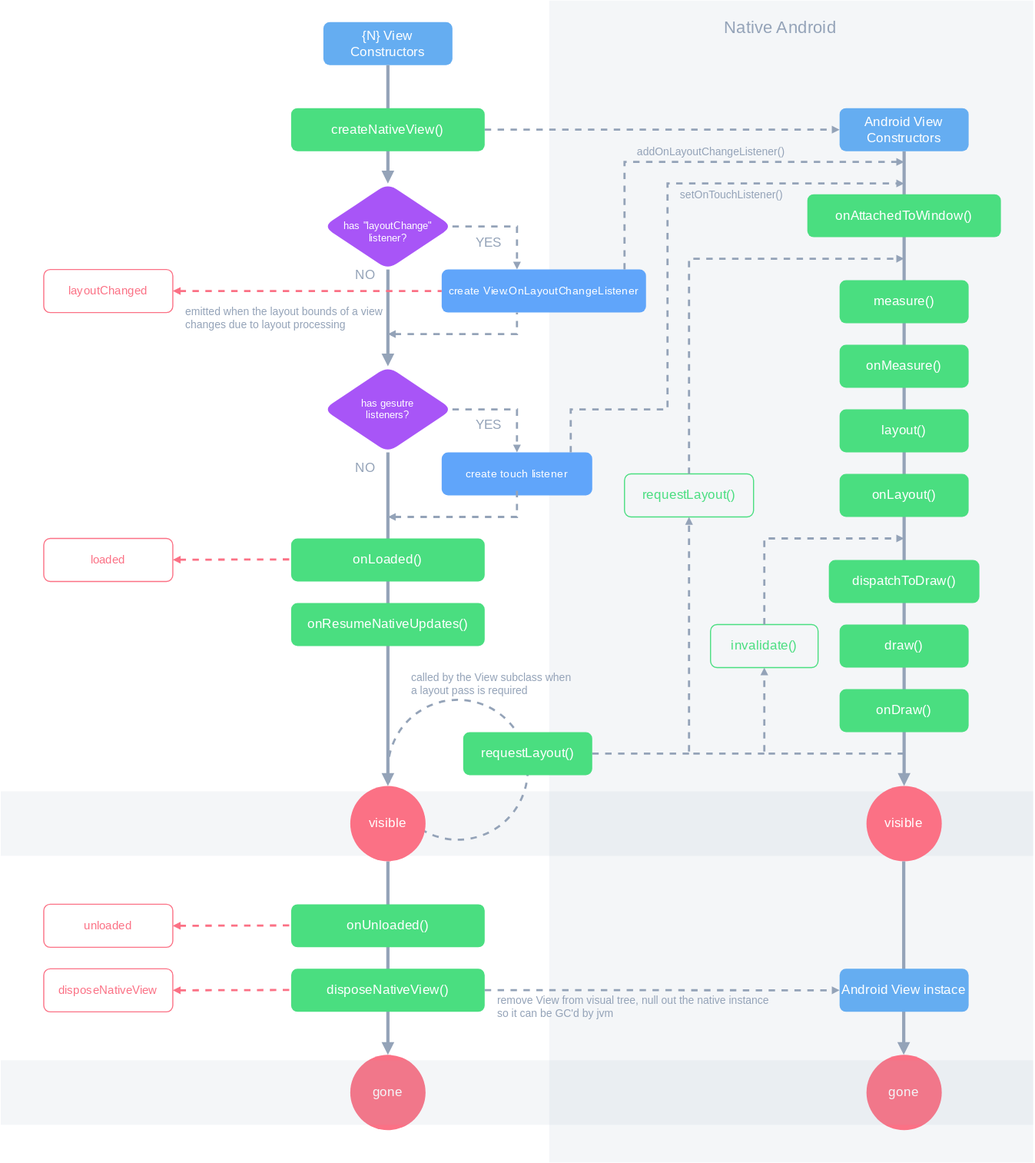
NativeScript/docs keeps this draw.io diagram as content/assets/diagrams/Android_View_Lifecycle.drawio.svg. Above is the earlier version. Source tidied: cells renumbered, new cells last; positions are measured from the earlier drawing's top-left corner, leaving out a move shared by most shapes.
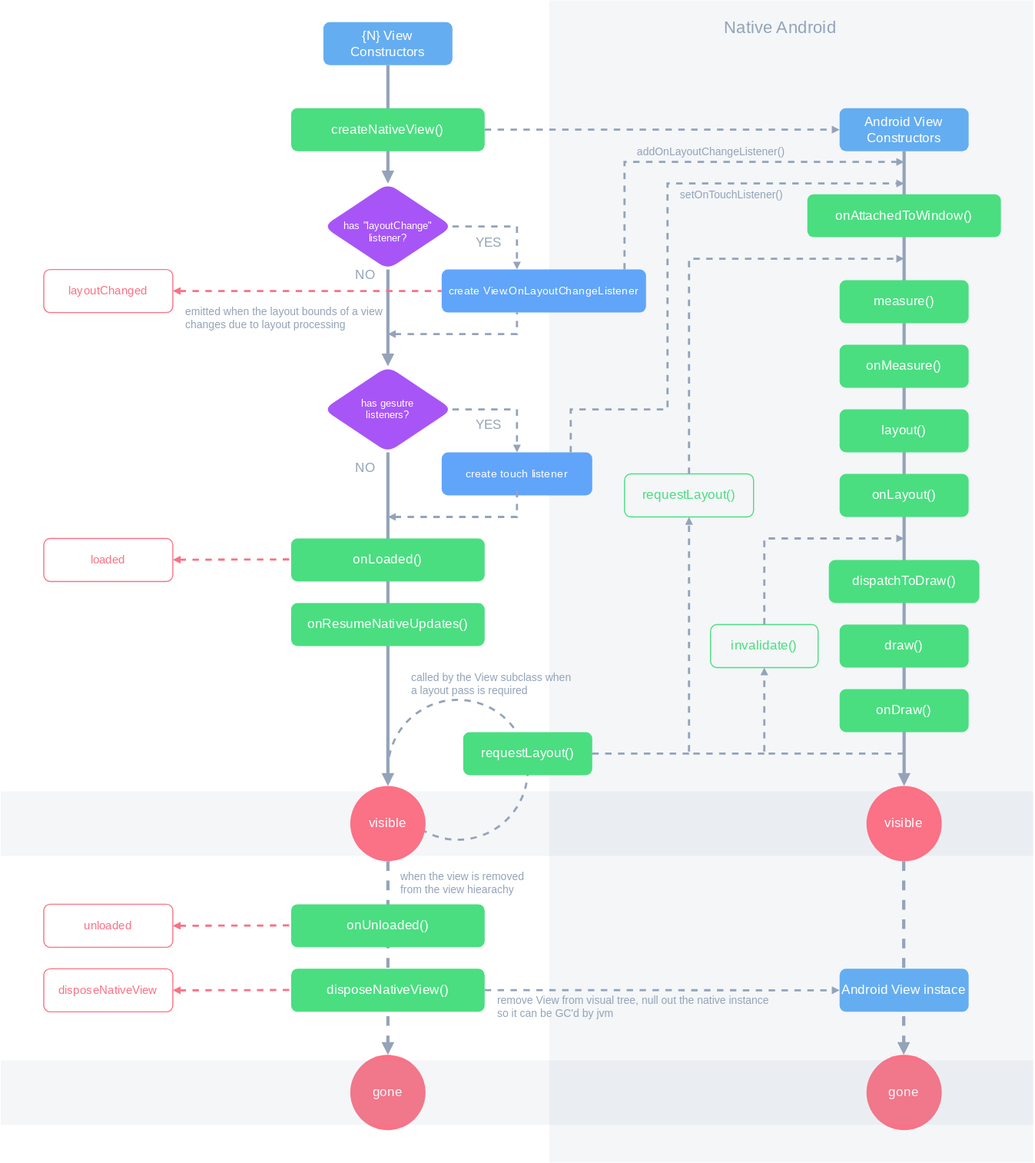
Later version of the same file.

Commit message:
chore: update lifecycle diagram labels/arrows

Diff of the diagram source:
```diff
@@ -86,7 +86,7 @@
     <mxCell id="22" style="rounded=0;jettySize=auto;html=1;dashed=1;strokeWidth=2;endSize=2;startSize=2;jumpSize=6;strokeColor=#94a3b8;fontFamily=Roboto Mono;fontSource=https%3A%2F%2Ffonts.googleapis.com%2Fcss%3Ffamily%3DRoboto%2BMono;endArrow=block;endFill=1;entryX=0;entryY=0.5;entryDx=0;entryDy=0;exitX=1;exitY=0.5;exitDx=0;exitDy=0;" parent="1" edge="1" source="67" target="5">
       <mxGeometry relative="1" as="geometry" />
     </mxCell>
-    <mxCell id="23" style="rounded=0;jettySize=auto;html=1;strokeWidth=3;endSize=4;endArrow=block;endFill=1;strokeColor=#94a3b8;fontFamily=Roboto Mono;fontSource=https%3A%2F%2Ffonts.googleapis.com%2Fcss%3Ffamily%3DRoboto%2BMono;startArrow=none;entryX=0.5;entryY=0;entryDx=0;entryDy=0;exitX=0.5;exitY=1;exitDx=0;exitDy=0;" parent="1" edge="1" source="43" target="47">
+    <mxCell id="23" style="rounded=0;jettySize=auto;html=1;strokeWidth=3;endSize=4;endArrow=block;endFill=1;strokeColor=#94a3b8;fontFamily=Roboto Mono;fontSource=https%3A%2F%2Ffonts.googleapis.com%2Fcss%3Ffamily%3DRoboto%2BMono;startArrow=none;entryX=0.5;entryY=0;entryDx=0;entryDy=0;exitX=0.5;exitY=1;exitDx=0;exitDy=0;dashed=1;" parent="1" edge="1" source="43" target="47">
       <mxGeometry relative="1" as="geometry" />
     </mxCell>
     <mxCell id="24" style="rounded=0;jettySize=auto;html=1;strokeWidth=3;endSize=4;endArrow=block;endFill=1;strokeColor=#94a3b8;fontFamily=Roboto Mono;fontSource=https%3A%2F%2Ffonts.googleapis.com%2Fcss%3Ffamily%3DRoboto%2BMono;exitX=0.5;exitY=1;exitDx=0;exitDy=0;startArrow=none;entryX=0.5;entryY=0;entryDx=0;entryDy=0;" parent="1" edge="1" source="66" target="43">
@@ -202,7 +202,7 @@
     <mxCell id="53" value="&lt;div&gt;gone&lt;/div&gt;" style="ellipse;whiteSpace=wrap;html=1;fillColor=#fb7185;strokeColor=none;fontColor=#ffffff;fontFamily=Roboto Mono;fontSource=https%3A%2F%2Ffonts.googleapis.com%2Fcss%3Ffamily%3DRoboto%2BMono;" parent="1" vertex="1">
       <mxGeometry x="805" y="980" width="70" height="70" as="geometry" />
     </mxCell>
-    <mxCell id="54" style="rounded=0;orthogonalLoop=1;jettySize=auto;html=1;strokeWidth=3;endSize=4;endArrow=block;endFill=1;strokeColor=#94a3b8;fontFamily=Roboto Mono;fontSource=https%3A%2F%2Ffonts.googleapis.com%2Fcss%3Ffamily%3DRoboto%2BMono;startArrow=none;entryX=0.5;entryY=0;entryDx=0;entryDy=0;exitX=0.5;exitY=1;exitDx=0;exitDy=0;" parent="1" edge="1">
+    <mxCell id="54" style="rounded=0;orthogonalLoop=1;jettySize=auto;html=1;strokeWidth=3;endSize=4;endArrow=block;endFill=1;strokeColor=#94a3b8;fontFamily=Roboto Mono;fontSource=https%3A%2F%2Ffonts.googleapis.com%2Fcss%3Ffamily%3DRoboto%2BMono;startArrow=none;entryX=0.5;entryY=0;entryDx=0;entryDy=0;exitX=0.5;exitY=1;exitDx=0;exitDy=0;dashed=1;" parent="1" edge="1">
       <mxGeometry relative="1" as="geometry">
         <mxPoint x="839.6" y="800" as="sourcePoint" />
         <mxPoint x="839.6" y="980" as="targetPoint" />
@@ -279,5 +279,8 @@
     <mxCell id="69" value="setOnTouchListener()" style="text;align=left;verticalAlign=middle;strokeColor=none;fillColor=none;fontSize=10;rounded=0;fontColor=#94A3B8;html=1;" parent="1" vertex="1">
       <mxGeometry x="630" y="170" width="120" height="20" as="geometry" />
     </mxCell>
+    <mxCell id="70" value="when the view is removed &lt;br&gt;from the view hiearachy" style="text;align=left;verticalAlign=middle;strokeColor=none;fillColor=none;fontSize=10;rounded=0;fontColor=#94A3B8;html=1;" parent="1" vertex="1">
+      <mxGeometry x="370" y="800" width="140" height="40" as="geometry" />
+    </mxCell>
   </root>
 </mxGraphModel>
```
